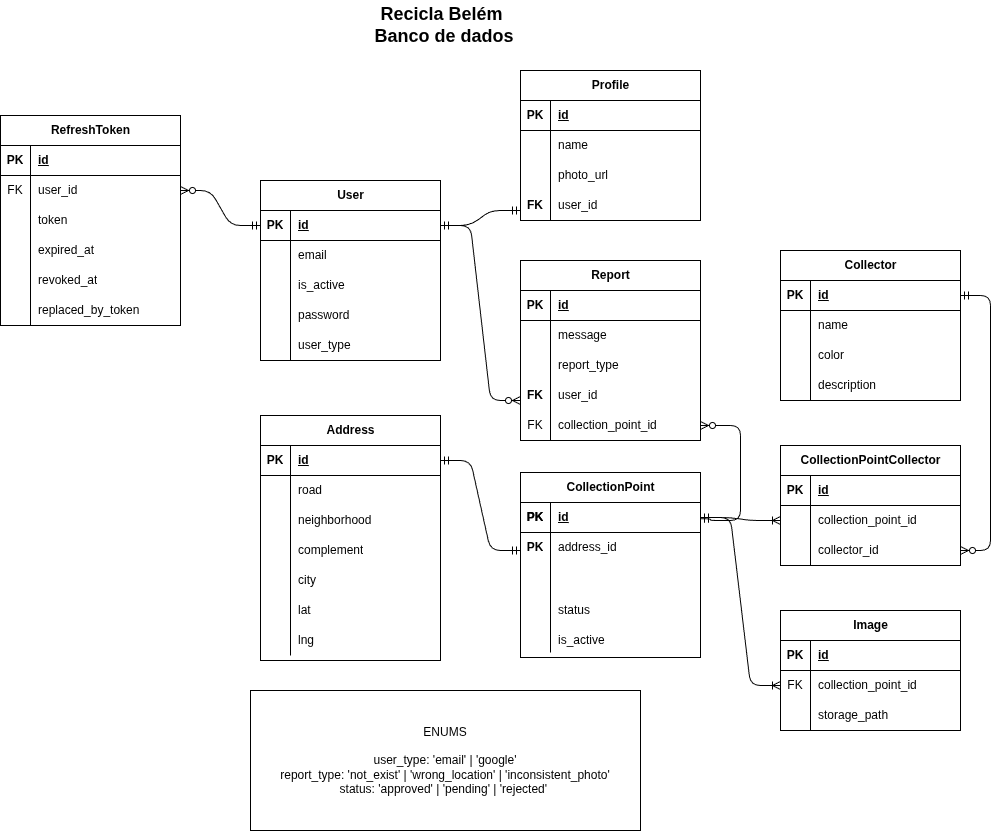
Before: docs/recicla-belem-bd.drawio.png, a diagram exported from draw.io (francovictor-dev/recicla-belem). Source tidied: cells renumbered, new cells last; positions are measured from the earlier drawing's top-left corner, leaving out a move shared by most shapes.
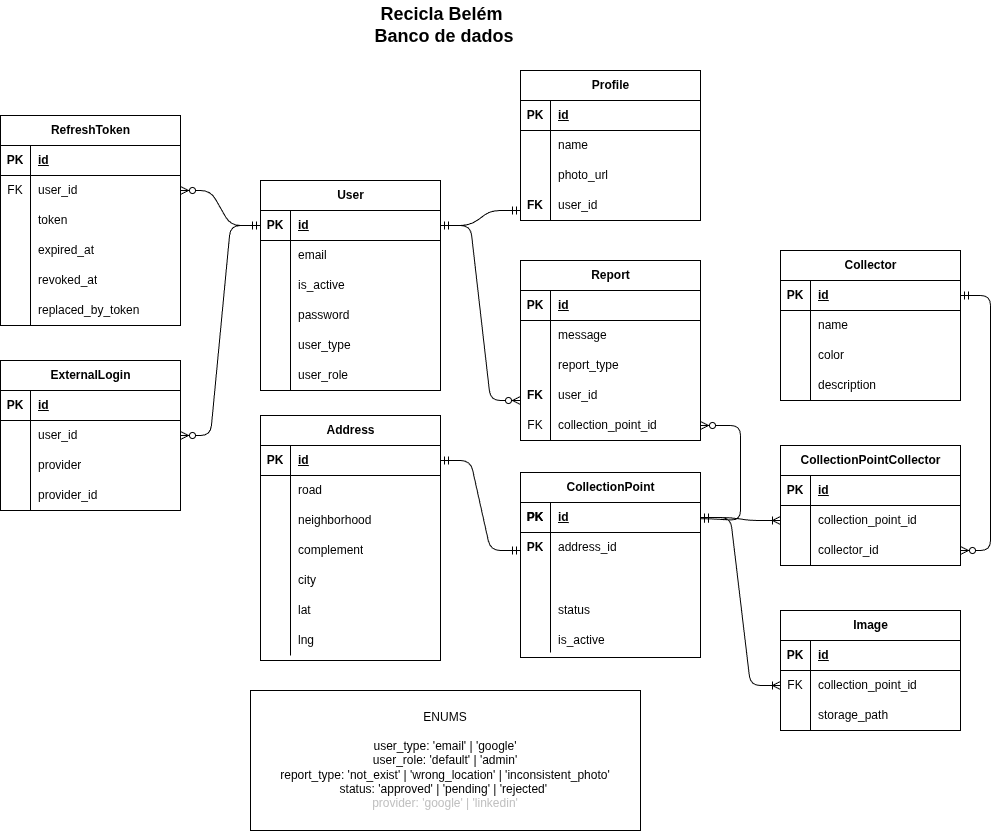
The same file after the commit.

What changed in the source:
```diff
@@ -6,7 +6,7 @@
       <mxGeometry x="369" width="150" height="50" as="geometry" />
     </mxCell>
     <mxCell id="3" value="User" style="shape=table;startSize=30;rowLines=0;fontStyle=1;align=center;html=1;" parent="1" vertex="1">
-      <mxGeometry x="260" y="180" width="180" height="180" as="geometry" />
+      <mxGeometry x="260" y="180" width="180" height="210" as="geometry" />
     </mxCell>
     <mxCell id="4" style="shape=tableRow;horizontal=0;startSize=0;swimlaneHead=0;swimlaneBody=0;fillColor=none;points=[[0,0.5],[1,0.5]];portConstraint=eastwest;top=0;left=0;right=0;bottom=1;" parent="3" vertex="1">
       <mxGeometry y="30" width="180" height="30" as="geometry" />
@@ -53,7 +53,16 @@
     <mxCell id="18" value="user_type" style="shape=partialRectangle;fillColor=none;top=0;left=0;bottom=0;right=0;align=left;spacingLeft=6;overflow=hidden;whiteSpace=wrap;html=1;" parent="16" vertex="1">
       <mxGeometry x="30" width="150" height="30" as="geometry" />
     </mxCell>
+    <mxCell id="157" style="shape=tableRow;horizontal=0;startSize=0;swimlaneHead=0;swimlaneBody=0;fillColor=none;top=0;left=0;right=0;bottom=0;" parent="3" vertex="1">
+      <mxGeometry y="180" width="180" height="30" as="geometry" />
+    </mxCell>
+    <mxCell id="158" style="shape=partialRectangle;fillColor=none;top=0;left=0;bottom=0;right=0;overflow=hidden;whiteSpace=wrap;html=1;" parent="157" vertex="1">
+      <mxGeometry width="30" height="30" as="geometry" />
+    </mxCell>
+    <mxCell id="159" value="user_role" style="shape=partialRectangle;fillColor=none;top=0;left=0;bottom=0;right=0;align=left;spacingLeft=6;overflow=hidden;whiteSpace=wrap;html=1;" parent="157" vertex="1">
+      <mxGeometry x="30" width="150" height="30" as="geometry" />
+    </mxCell>
-    <mxCell id="19" value="&lt;div&gt;ENUMS&lt;/div&gt;&lt;div&gt;&lt;br&gt;&lt;/div&gt;&lt;div&gt;user_type: 'email' | 'google'&lt;/div&gt;&lt;div&gt;report_type: 'not_exist' | 'wrong_location' | 'inconsistent_photo'&lt;/div&gt;&lt;div&gt;status: 'approved' | 'pending' | 'rejected'&amp;nbsp;&lt;/div&gt;" style="whiteSpace=wrap;html=1;" parent="1" vertex="1">
+    <mxCell id="19" value="&lt;div&gt;ENUMS&lt;/div&gt;&lt;div&gt;&lt;br&gt;&lt;/div&gt;&lt;div&gt;user_type: 'email' | 'google'&lt;/div&gt;&lt;div&gt;user_role: 'default' | 'admin'&lt;/div&gt;&lt;div&gt;report_type: 'not_exist' | 'wrong_location' | 'inconsistent_photo'&lt;/div&gt;&lt;div&gt;status: 'approved' | 'pending' | 'rejected'&amp;nbsp;&lt;/div&gt;&lt;div&gt;&lt;span style=&quot;color: rgb(192, 192, 192);&quot;&gt;provider: 'google' | 'linkedin'&lt;/span&gt;&lt;/div&gt;" style="whiteSpace=wrap;html=1;" parent="1" vertex="1">
       <mxGeometry x="250" y="690" width="390" height="140" as="geometry" />
     </mxCell>
     <mxCell id="20" value="CollectionPointCollector" style="shape=table;startSize=30;rowLines=0;fontStyle=1;align=center;html=1;" parent="1" vertex="1">
@@ -485,5 +494,47 @@
     <mxCell id="156" style="edgeStyle=entityRelationEdgeStyle;fontSize=12;html=1;endArrow=ERoneToMany;startArrow=ERmandOne;entryX=0;entryY=0.5;entryDx=0;entryDy=0;exitX=1;exitY=0.5;exitDx=0;exitDy=0;" parent="1" edge="1" source="31" target="150">
       <mxGeometry relative="1" as="geometry" />
     </mxCell>
+    <mxCell id="160" value="ExternalLogin" style="shape=table;startSize=30;rowLines=0;fontStyle=1;align=center;html=1;" parent="1" vertex="1">
+      <mxGeometry y="360" width="180" height="150" as="geometry" />
+    </mxCell>
+    <mxCell id="161" style="shape=tableRow;horizontal=0;startSize=0;swimlaneHead=0;swimlaneBody=0;fillColor=none;top=0;left=0;right=0;bottom=1;" parent="160" vertex="1">
+      <mxGeometry y="30" width="180" height="30" as="geometry" />
+    </mxCell>
+    <mxCell id="162" value="PK" style="shape=partialRectangle;fillColor=none;top=0;left=0;bottom=0;right=0;fontStyle=1;overflow=hidden;whiteSpace=wrap;html=1;" parent="161" vertex="1">
+      <mxGeometry width="30" height="30" as="geometry" />
+    </mxCell>
+    <mxCell id="163" value="id" style="shape=partialRectangle;fillColor=none;top=0;left=0;bottom=0;right=0;align=left;spacingLeft=6;fontStyle=5;overflow=hidden;whiteSpace=wrap;html=1;" parent="161" vertex="1">
+      <mxGeometry x="30" width="150" height="30" as="geometry" />
+    </mxCell>
+    <mxCell id="164" style="shape=tableRow;horizontal=0;startSize=0;swimlaneHead=0;swimlaneBody=0;fillColor=none;points=[[0,0.5],[1,0.5]];portConstraint=eastwest;top=0;left=0;right=0;bottom=0;" parent="160" vertex="1">
+      <mxGeometry y="60" width="180" height="30" as="geometry" />
+    </mxCell>
+    <mxCell id="165" style="shape=partialRectangle;fillColor=none;top=0;left=0;bottom=0;right=0;overflow=hidden;whiteSpace=wrap;html=1;" parent="164" vertex="1">
+      <mxGeometry width="30" height="30" as="geometry" />
+    </mxCell>
+    <mxCell id="166" value="user_id" style="shape=partialRectangle;fillColor=none;top=0;left=0;bottom=0;right=0;align=left;spacingLeft=6;overflow=hidden;whiteSpace=wrap;html=1;" parent="164" vertex="1">
+      <mxGeometry x="30" width="150" height="30" as="geometry" />
+    </mxCell>
+    <mxCell id="167" style="shape=tableRow;horizontal=0;startSize=0;swimlaneHead=0;swimlaneBody=0;fillColor=none;top=0;left=0;right=0;bottom=0;" parent="160" vertex="1">
+      <mxGeometry y="90" width="180" height="30" as="geometry" />
+    </mxCell>
+    <mxCell id="168" style="shape=partialRectangle;fillColor=none;top=0;left=0;bottom=0;right=0;overflow=hidden;whiteSpace=wrap;html=1;" parent="167" vertex="1">
+      <mxGeometry width="30" height="30" as="geometry" />
+    </mxCell>
+    <mxCell id="169" value="provider" style="shape=partialRectangle;fillColor=none;top=0;left=0;bottom=0;right=0;align=left;spacingLeft=6;overflow=hidden;whiteSpace=wrap;html=1;" parent="167" vertex="1">
+      <mxGeometry x="30" width="150" height="30" as="geometry" />
+    </mxCell>
+    <mxCell id="170" style="shape=tableRow;horizontal=0;startSize=0;swimlaneHead=0;swimlaneBody=0;fillColor=none;top=0;left=0;right=0;bottom=0;" parent="160" vertex="1">
+      <mxGeometry y="120" width="180" height="30" as="geometry" />
+    </mxCell>
+    <mxCell id="171" style="shape=partialRectangle;fillColor=none;top=0;left=0;bottom=0;right=0;overflow=hidden;whiteSpace=wrap;html=1;" parent="170" vertex="1">
+      <mxGeometry width="30" height="30" as="geometry" />
+    </mxCell>
+    <mxCell id="172" value="provider_id" style="shape=partialRectangle;fillColor=none;top=0;left=0;bottom=0;right=0;align=left;spacingLeft=6;overflow=hidden;whiteSpace=wrap;html=1;" parent="170" vertex="1">
+      <mxGeometry x="30" width="150" height="30" as="geometry" />
+    </mxCell>
+    <mxCell id="173" style="edgeStyle=entityRelationEdgeStyle;fontSize=12;html=1;endArrow=ERzeroToMany;startArrow=ERmandOne;entryX=1;entryY=0.5;entryDx=0;entryDy=0;exitX=0;exitY=0.5;exitDx=0;exitDy=0;" parent="1" edge="1" source="4" target="164">
+      <mxGeometry relative="1" as="geometry" />
+    </mxCell>
   </root>
 </mxGraphModel>
```
